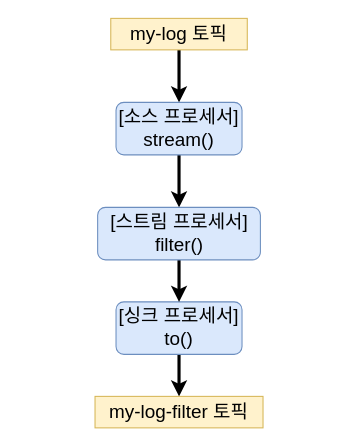
Earlier version of the draw.io diagram drawio/kafka/kafka-streams-dsl-7.drawio (windowforsun/blog). Source tidied: cells renumbered, new cells numbered last; positions are measured from the earlier drawing's top-left corner, leaving out a move shared by most shapes. Both pictures are drawn from the tidied source at 105%, with x=0, y=0 at pixel (94, 18).
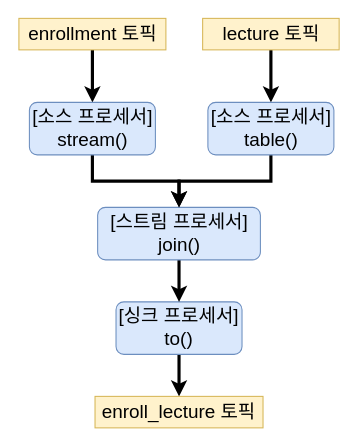
The same diagram, later.

Diff of the diagram source:
```diff
@@
 <mxGraphModel>
   <root>
     <mxCell id="0" />
     <mxCell id="1" parent="0" />
     <mxCell id="2" style="edgeStyle=orthogonalEdgeStyle;rounded=0;jettySize=auto;html=1;exitX=0.5;exitY=1;exitDx=0;exitDy=0;entryX=0.5;entryY=0;entryDx=0;entryDy=0;fontSize=18;strokeWidth=3;" parent="1" edge="1" source="3" target="5">
       <mxGeometry relative="1" as="geometry" />
     </mxCell>
-    <mxCell id="3" value="&lt;font style=&quot;font-size: 18px;&quot;&gt;my-log 토픽&lt;/font&gt;" style="rounded=0;whiteSpace=wrap;html=1;fillColor=#fff2cc;strokeColor=#d6b656;" parent="1" vertex="1">
-      <mxGeometry x="15" width="130" height="30" as="geometry" />
+    <mxCell id="3" value="&lt;font style=&quot;font-size: 18px;&quot;&gt;enrollment 토픽&lt;/font&gt;" style="rounded=0;whiteSpace=wrap;html=1;fillColor=#fff2cc;strokeColor=#d6b656;" parent="1" vertex="1">
+      <mxGeometry x="-72.5" width="140" height="30" as="geometry" />
     </mxCell>
     <mxCell id="4" style="edgeStyle=orthogonalEdgeStyle;rounded=0;jettySize=auto;html=1;exitX=0.5;exitY=1;exitDx=0;exitDy=0;strokeWidth=3;fontSize=18;entryX=0.5;entryY=0;entryDx=0;entryDy=0;" parent="1" edge="1" source="5" target="10">
       <mxGeometry relative="1" as="geometry" />
     </mxCell>
     <mxCell id="5" value="[소스 프로세서]&lt;br&gt;stream()" style="rounded=1;whiteSpace=wrap;html=1;fontSize=18;fillColor=#dae8fc;strokeColor=#6c8ebf;" parent="1" vertex="1">
-      <mxGeometry x="20" y="80" width="120" height="50" as="geometry" />
+      <mxGeometry x="-62.5" y="80" width="120" height="50" as="geometry" />
     </mxCell>
     <mxCell id="6" style="edgeStyle=orthogonalEdgeStyle;rounded=0;jettySize=auto;html=1;exitX=0.5;exitY=1;exitDx=0;exitDy=0;entryX=0.5;entryY=0;entryDx=0;entryDy=0;strokeWidth=3;fontSize=18;" parent="1" edge="1" source="7" target="8">
       <mxGeometry relative="1" as="geometry" />
     </mxCell>
     <mxCell id="7" value="[싱크 프로세서]&lt;br&gt;to()" style="rounded=1;whiteSpace=wrap;html=1;fontSize=18;fillColor=#dae8fc;strokeColor=#6c8ebf;" parent="1" vertex="1">
       <mxGeometry x="20" y="270" width="120" height="50" as="geometry" />
     </mxCell>
-    <mxCell id="8" value="&lt;font style=&quot;font-size: 18px;&quot;&gt;my-log-filter 토픽&lt;/font&gt;" style="rounded=0;whiteSpace=wrap;html=1;fillColor=#fff2cc;strokeColor=#d6b656;" parent="1" vertex="1">
+    <mxCell id="8" value="&lt;font style=&quot;font-size: 18px;&quot;&gt;enroll_lecture 토픽&lt;/font&gt;" style="rounded=0;whiteSpace=wrap;html=1;fillColor=#fff2cc;strokeColor=#d6b656;" parent="1" vertex="1">
       <mxGeometry y="360" width="160" height="30" as="geometry" />
     </mxCell>
     <mxCell id="9" style="edgeStyle=orthogonalEdgeStyle;rounded=0;jettySize=auto;html=1;exitX=0.5;exitY=1;exitDx=0;exitDy=0;entryX=0.5;entryY=0;entryDx=0;entryDy=0;strokeWidth=3;" parent="1" edge="1" source="10" target="7">
       <mxGeometry relative="1" as="geometry" />
     </mxCell>
-    <mxCell id="10" value="[스트림 프로세서]&lt;br&gt;filter()" style="rounded=1;whiteSpace=wrap;html=1;fontSize=18;fillColor=#dae8fc;strokeColor=#6c8ebf;" parent="1" vertex="1">
+    <mxCell id="10" value="[스트림 프로세서]&lt;br&gt;join()" style="rounded=1;whiteSpace=wrap;html=1;fontSize=18;fillColor=#dae8fc;strokeColor=#6c8ebf;" parent="1" vertex="1">
       <mxGeometry x="2.5" y="180" width="155" height="50" as="geometry" />
     </mxCell>
+    <mxCell id="11" style="edgeStyle=orthogonalEdgeStyle;rounded=0;jettySize=auto;html=1;exitX=0.5;exitY=1;exitDx=0;exitDy=0;entryX=0.5;entryY=0;entryDx=0;entryDy=0;strokeWidth=3;" parent="1" edge="1" source="12" target="14">
+      <mxGeometry relative="1" as="geometry" />
+    </mxCell>
+    <mxCell id="12" value="&lt;font style=&quot;font-size: 18px;&quot;&gt;lecture 토픽&lt;/font&gt;" style="rounded=0;whiteSpace=wrap;html=1;fillColor=#fff2cc;strokeColor=#d6b656;" parent="1" vertex="1">
+      <mxGeometry x="102.5" width="130" height="30" as="geometry" />
+    </mxCell>
+    <mxCell id="13" style="edgeStyle=orthogonalEdgeStyle;rounded=0;jettySize=auto;html=1;exitX=0.5;exitY=1;exitDx=0;exitDy=0;entryX=0.5;entryY=0;entryDx=0;entryDy=0;strokeWidth=3;" parent="1" edge="1" source="14" target="10">
+      <mxGeometry relative="1" as="geometry" />
+    </mxCell>
+    <mxCell id="14" value="[소스 프로세서]&lt;br&gt;table()" style="rounded=1;whiteSpace=wrap;html=1;fontSize=18;fillColor=#dae8fc;strokeColor=#6c8ebf;" parent="1" vertex="1">
+      <mxGeometry x="107.5" y="80" width="120" height="50" as="geometry" />
+    </mxCell>
   </root>
 </mxGraphModel>
```
